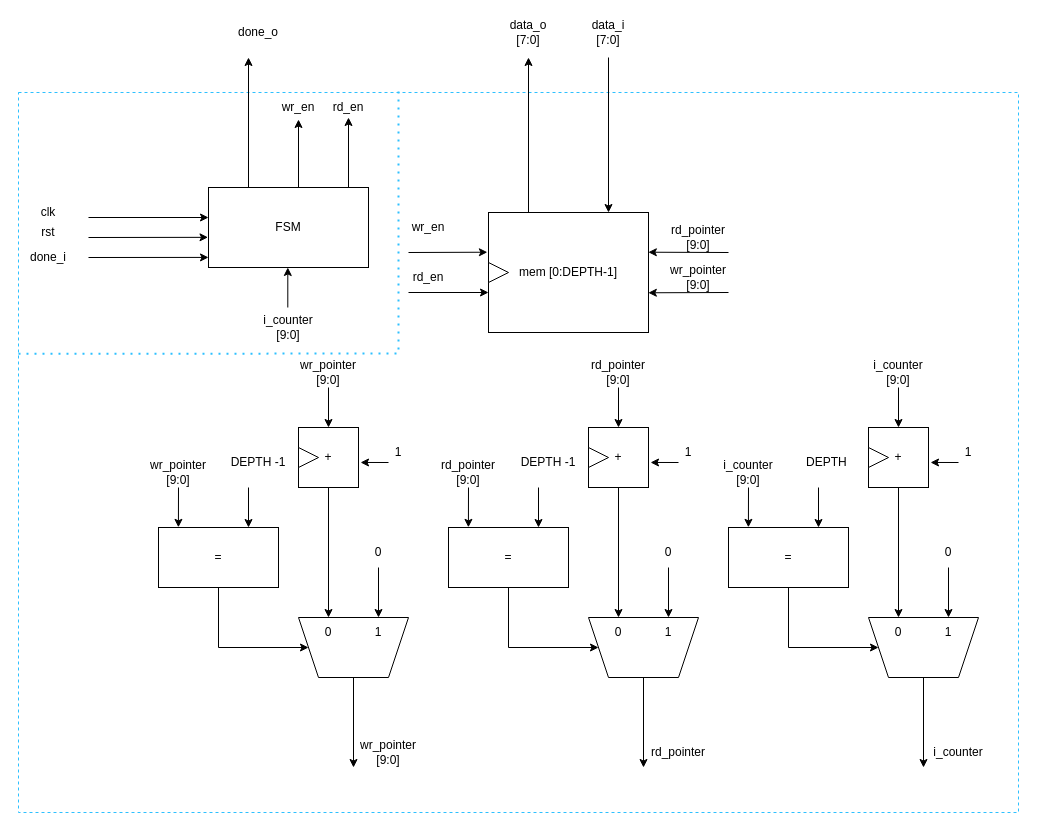
Above: Sche/MedianPreparationModule/LineBuffer.drawio in Hieuueihm/Thesis (draw.io), before the change. Source tidied: cells renumbered, new cells numbered last; positions are measured from the earlier drawing's top-left corner, leaving out a move shared by most shapes. Both pictures are drawn from the tidied source at 100%, with x=0, y=0 at pixel (18, 17).
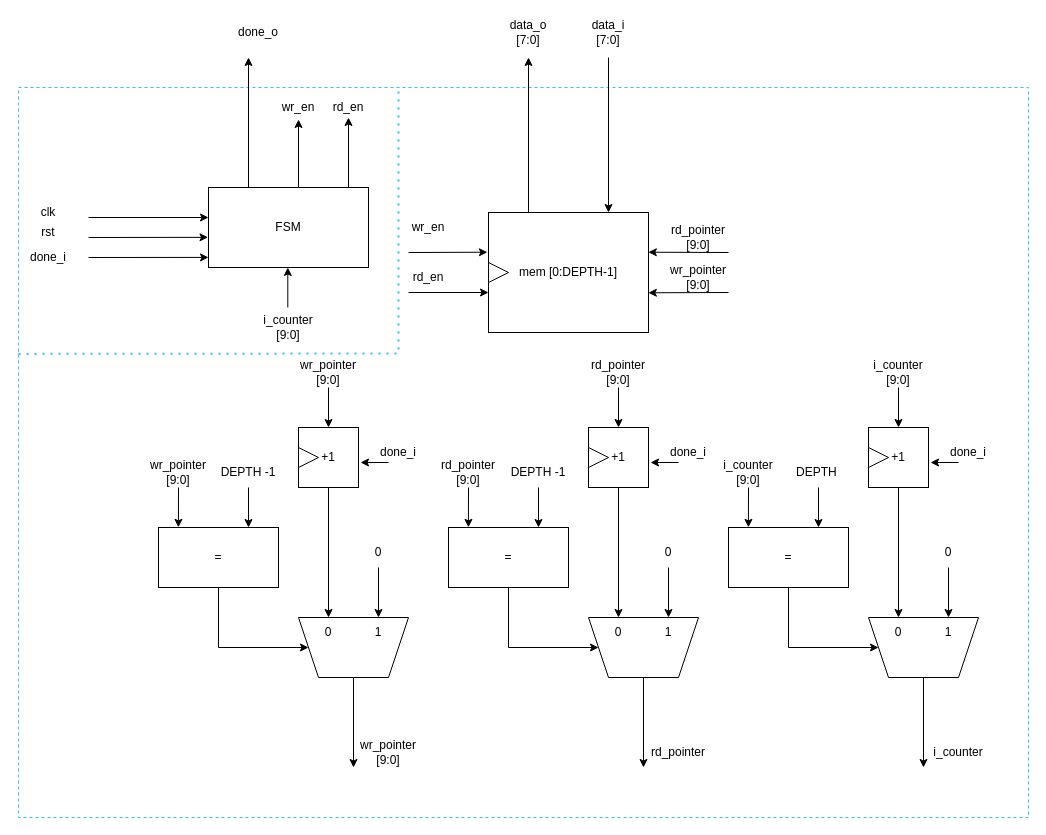
Above is the later version.

What changed in the source:
```diff
@@
-    <mxCell id="2" style="rounded=0;whiteSpace=wrap;html=1;dashed=1;strokeColor=#2EC0FF;" parent="1" vertex="1">
-      <mxGeometry y="75" width="1000" height="720" as="geometry" />
-    </mxCell>
+    <mxCell id="93" style="rounded=0;whiteSpace=wrap;html=1;strokeColor=#2EC0FF;dashed=1;" parent="1" vertex="1">
+      <mxGeometry y="70" width="1010" height="730" as="geometry" />
+    </mxCell>
@@
     <mxCell id="31" value="DEPTH -1" style="text;html=1;align=center;verticalAlign=middle;whiteSpace=wrap;rounded=0;" parent="1" vertex="1">
-      <mxGeometry x="210" y="430" width="60" height="30" as="geometry" />
+      <mxGeometry x="200" y="440" width="60" height="30" as="geometry" />
     </mxCell>
@@
-    <mxCell id="41" value="+" style="rounded=0;whiteSpace=wrap;html=1;" parent="1" vertex="1">
+    <mxCell id="41" value="+1" style="rounded=0;whiteSpace=wrap;html=1;" parent="1" vertex="1">
       <mxGeometry x="280" y="410" width="60" height="60" as="geometry" />
     </mxCell>
@@
-    <mxCell id="44" value="1" style="text;html=1;align=center;verticalAlign=middle;whiteSpace=wrap;rounded=0;" parent="1" vertex="1">
+    <mxCell id="44" value="done_i" style="text;html=1;align=center;verticalAlign=middle;whiteSpace=wrap;rounded=0;" parent="1" vertex="1">
       <mxGeometry x="350" y="420" width="60" height="30" as="geometry" />
     </mxCell>
@@
     <mxCell id="52" value="DEPTH -1" style="text;html=1;align=center;verticalAlign=middle;whiteSpace=wrap;rounded=0;" parent="1" vertex="1">
-      <mxGeometry x="500" y="430" width="60" height="30" as="geometry" />
+      <mxGeometry x="490" y="440" width="60" height="30" as="geometry" />
     </mxCell>
@@
-    <mxCell id="61" value="+" style="rounded=0;whiteSpace=wrap;html=1;" parent="1" vertex="1">
+    <mxCell id="61" value="+1" style="rounded=0;whiteSpace=wrap;html=1;" parent="1" vertex="1">
       <mxGeometry x="570" y="410" width="60" height="60" as="geometry" />
     </mxCell>
@@
-    <mxCell id="64" value="1" style="text;html=1;align=center;verticalAlign=middle;whiteSpace=wrap;rounded=0;" parent="1" vertex="1">
+    <mxCell id="64" value="done_i" style="text;html=1;align=center;verticalAlign=middle;whiteSpace=wrap;rounded=0;" parent="1" vertex="1">
       <mxGeometry x="640" y="420" width="60" height="30" as="geometry" />
     </mxCell>
@@
-    <mxCell id="68" style="endArrow=none;dashed=1;html=1;dashPattern=1 3;strokeWidth=2;rounded=0;exitX=0;exitY=0.363;exitDx=0;exitDy=0;exitPerimeter=0;strokeColor=#2EC0FF;" parent="1" edge="1" source="2">
+    <mxCell id="68" style="endArrow=none;dashed=1;html=1;dashPattern=1 3;strokeWidth=2;rounded=0;exitX=0;exitY=0.363;exitDx=0;exitDy=0;exitPerimeter=0;strokeColor=#2EC0FF;" parent="1" edge="1">
       <mxGeometry relative="1" as="geometry">
+        <mxPoint y="336.4" as="sourcePoint" />
         <mxPoint x="380" y="70" as="targetPoint" />
         <Array as="points">
           <mxPoint x="380" y="336" />
         </Array>
       </mxGeometry>
     </mxCell>
@@
     <mxCell id="76" value="DEPTH&amp;nbsp;" style="text;html=1;align=center;verticalAlign=middle;whiteSpace=wrap;rounded=0;" parent="1" vertex="1">
-      <mxGeometry x="780" y="430" width="60" height="30" as="geometry" />
+      <mxGeometry x="770" y="440" width="60" height="30" as="geometry" />
     </mxCell>
@@
-    <mxCell id="85" value="+" style="rounded=0;whiteSpace=wrap;html=1;" parent="1" vertex="1">
+    <mxCell id="85" value="+1" style="rounded=0;whiteSpace=wrap;html=1;" parent="1" vertex="1">
       <mxGeometry x="850" y="410" width="60" height="60" as="geometry" />
     </mxCell>
@@
-    <mxCell id="88" value="1" style="text;html=1;align=center;verticalAlign=middle;whiteSpace=wrap;rounded=0;" parent="1" vertex="1">
+    <mxCell id="88" value="done_i" style="text;html=1;align=center;verticalAlign=middle;whiteSpace=wrap;rounded=0;" parent="1" vertex="1">
       <mxGeometry x="920" y="420" width="60" height="30" as="geometry" />
     </mxCell>
```
